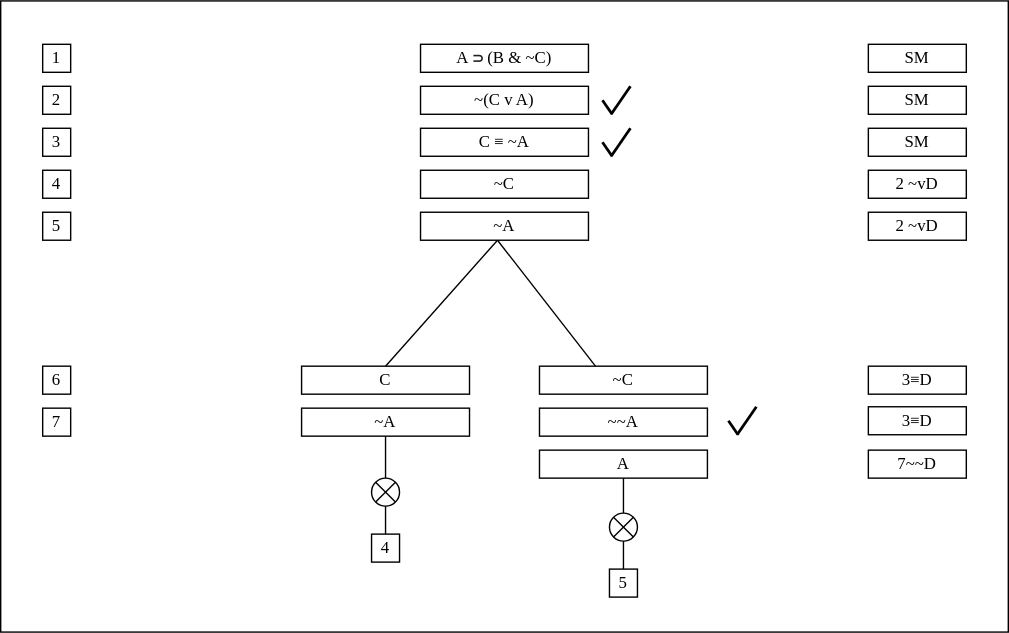
thomasabishop/logic-diagrams keeps this draw.io diagram as logical-falsity-tree.svg. Above is the earlier version. Source tidied: cells renumbered, new cells last; positions are measured from the earlier drawing's top-left corner, leaving out a move shared by most shapes.
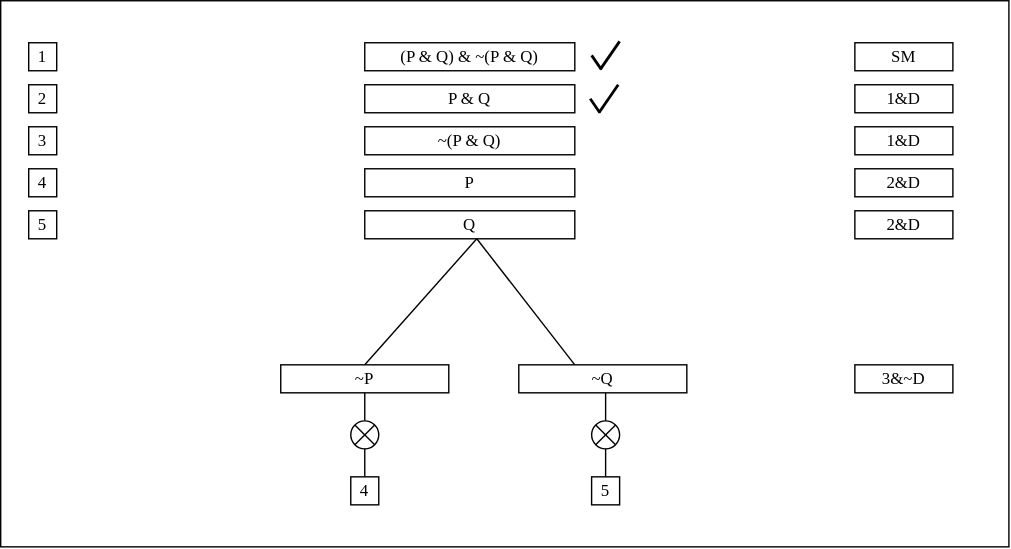
After the change.

The edit, as a diff of the source:
```diff
@@ -3,31 +3,25 @@
     <mxCell id="0" />
     <mxCell id="1" parent="0" />
     <mxCell id="2" style="rounded=0;whiteSpace=wrap;html=1;align=left;strokeColor=default;fontStyle=0;" parent="1" vertex="1">
-      <mxGeometry width="720" height="451" as="geometry" />
+      <mxGeometry x="10" y="1" width="720" height="390" as="geometry" />
     </mxCell>
     <mxCell id="3" style="endArrow=none;html=1;rounded=0;fontFamily=Lucida Console;fontStyle=0;" parent="1" edge="1">
       <mxGeometry relative="1" as="geometry">
-        <mxPoint x="275" y="261" as="sourcePoint" />
-        <mxPoint x="355" y="171" as="targetPoint" />
+        <mxPoint x="270" y="261" as="sourcePoint" />
+        <mxPoint x="350" y="171" as="targetPoint" />
       </mxGeometry>
     </mxCell>
     <mxCell id="4" style="endArrow=none;html=1;rounded=0;fontFamily=Lucida Console;fontStyle=0;" parent="1" edge="1">
       <mxGeometry relative="1" as="geometry">
-        <mxPoint x="355" y="171" as="sourcePoint" />
-        <mxPoint x="425" y="261" as="targetPoint" />
+        <mxPoint x="350" y="171" as="sourcePoint" />
+        <mxPoint x="420" y="261" as="targetPoint" />
       </mxGeometry>
     </mxCell>
-    <mxCell id="5" value="C" style="rounded=0;whiteSpace=wrap;html=1;fontFamily=Lucida Console;fontStyle=0;" parent="1" vertex="1">
-      <mxGeometry x="215" y="261" width="120" height="20" as="geometry" />
+    <mxCell id="5" value="~P" style="rounded=0;whiteSpace=wrap;html=1;fontFamily=Lucida Console;fontStyle=0;" parent="1" vertex="1">
+      <mxGeometry x="210" y="261" width="120" height="20" as="geometry" />
     </mxCell>
-    <mxCell id="6" value="7~~D" style="rounded=0;whiteSpace=wrap;html=1;fontFamily=Lucida Console;fontStyle=0;" parent="1" vertex="1">
-      <mxGeometry x="620" y="321" width="70" height="20" as="geometry" />
-    </mxCell>
-    <mxCell id="7" value="5" style="rounded=0;whiteSpace=wrap;html=1;fontFamily=Lucida Console;fontStyle=0;" parent="1" vertex="1">
-      <mxGeometry x="30" y="151" width="20" height="20" as="geometry" />
-    </mxCell>
-    <mxCell id="8" value="~C" style="rounded=0;whiteSpace=wrap;html=1;fontFamily=Lucida Console;fontStyle=0;" parent="1" vertex="1">
-      <mxGeometry x="385" y="261" width="120" height="20" as="geometry" />
+    <mxCell id="8" value="~Q" style="rounded=0;whiteSpace=wrap;html=1;fontFamily=Lucida Console;fontStyle=0;" parent="1" vertex="1">
+      <mxGeometry x="380" y="261" width="120" height="20" as="geometry" />
     </mxCell>
     <mxCell id="9" value="SM" style="rounded=0;whiteSpace=wrap;html=1;fontFamily=Lucida Console;fontStyle=0;" parent="1" vertex="1">
       <mxGeometry x="620" y="31" width="70" height="20" as="geometry" />
@@ -35,29 +29,29 @@
     <mxCell id="10" value="1" style="rounded=0;whiteSpace=wrap;html=1;fontFamily=Lucida Console;fontStyle=0;" parent="1" vertex="1">
       <mxGeometry x="30" y="31" width="20" height="20" as="geometry" />
     </mxCell>
-    <mxCell id="11" value="2 ~vD" style="rounded=0;whiteSpace=wrap;html=1;fontFamily=Lucida Console;fontStyle=0;" parent="1" vertex="1">
+    <mxCell id="11" value="2&amp;amp;D" style="rounded=0;whiteSpace=wrap;html=1;fontFamily=Lucida Console;fontStyle=0;" parent="1" vertex="1">
       <mxGeometry x="620" y="121" width="70" height="20" as="geometry" />
     </mxCell>
     <mxCell id="12" value="4" style="rounded=0;whiteSpace=wrap;html=1;fontFamily=Lucida Console;fontStyle=0;" parent="1" vertex="1">
       <mxGeometry x="30" y="121" width="20" height="20" as="geometry" />
     </mxCell>
-    <mxCell id="13" style="edgeStyle=orthogonalEdgeStyle;rounded=0;jettySize=auto;html=1;exitX=0.5;exitY=0;exitDx=0;exitDy=0;entryX=0.5;entryY=1;entryDx=0;entryDy=0;endArrow=none;endFill=0;" parent="1" edge="1" source="14" target="31">
-      <mxGeometry relative="1" as="geometry" />
-    </mxCell>
+    <mxCell id="47" style="edgeStyle=orthogonalEdgeStyle;rounded=0;jettySize=auto;html=1;exitX=0.5;exitY=0;exitDx=0;exitDy=0;entryX=0.5;entryY=1;entryDx=0;entryDy=0;endArrow=none;endFill=0;" parent="1" edge="1" source="14" target="5">
+      <mxGeometry relative="1" as="geometry" />
+    </mxCell>
     <mxCell id="14" style="shape=sumEllipse;perimeter=ellipsePerimeter;whiteSpace=wrap;html=1;backgroundOutline=1;fontFamily=Lucida Console;fontStyle=0;" parent="1" vertex="1">
-      <mxGeometry x="265" y="341" width="20" height="20" as="geometry" />
+      <mxGeometry x="260" y="301" width="20" height="20" as="geometry" />
     </mxCell>
-    <mxCell id="15" value="~(C v A)" style="rounded=0;whiteSpace=wrap;html=1;fontFamily=Lucida Console;fontStyle=0;" parent="1" vertex="1">
-      <mxGeometry x="300" y="61" width="120" height="20" as="geometry" />
+    <mxCell id="15" value="P &amp;amp; Q" style="rounded=0;whiteSpace=wrap;html=1;fontFamily=Lucida Console;fontStyle=0;" parent="1" vertex="1">
+      <mxGeometry x="270" y="61" width="150" height="20" as="geometry" />
     </mxCell>
-    <mxCell id="16" value="SM" style="rounded=0;whiteSpace=wrap;html=1;fontFamily=Lucida Console;fontStyle=0;" parent="1" vertex="1">
+    <mxCell id="16" value="1&amp;amp;D" style="rounded=0;whiteSpace=wrap;html=1;fontFamily=Lucida Console;fontStyle=0;" parent="1" vertex="1">
       <mxGeometry x="620" y="61" width="70" height="20" as="geometry" />
     </mxCell>
     <mxCell id="17" value="2" style="rounded=0;whiteSpace=wrap;html=1;fontFamily=Lucida Console;fontStyle=0;" parent="1" vertex="1">
       <mxGeometry x="30" y="61" width="20" height="20" as="geometry" />
     </mxCell>
     <mxCell id="18" style="group;fontStyle=0;" parent="1" vertex="1">
-      <mxGeometry x="430" y="61" width="20" height="20" as="geometry" />
+      <mxGeometry x="432" y="30" width="20" height="20" as="geometry" />
     </mxCell>
     <mxCell id="19" style="endArrow=none;html=1;rounded=0;strokeWidth=2;fontStyle=0;" parent="18" edge="1">
       <mxGeometry relative="1" as="geometry">
@@ -71,20 +65,20 @@
         <mxPoint x="6.9" y="20" as="targetPoint" />
       </mxGeometry>
     </mxCell>
-    <mxCell id="21" value="A &lt;b style=&quot;color: rgb(32 , 33 , 34) ; font-family: sans-serif ; background-color: rgb(255 , 255 , 255)&quot;&gt;&lt;font style=&quot;font-size: 10px&quot;&gt;⊃&lt;/font&gt;&lt;/b&gt; (B &amp;amp; ~C)" style="rounded=0;whiteSpace=wrap;html=1;fontFamily=Lucida Console;fontStyle=0;" parent="1" vertex="1">
-      <mxGeometry x="300" y="31" width="120" height="20" as="geometry" />
+    <mxCell id="21" value="(P &amp;amp; Q) &amp;amp; ~(P &amp;amp; Q)" style="rounded=0;whiteSpace=wrap;html=1;fontFamily=Lucida Console;fontStyle=0;" parent="1" vertex="1">
+      <mxGeometry x="270" y="31" width="150" height="20" as="geometry" />
     </mxCell>
-    <mxCell id="22" value="C ≡ ~A" style="rounded=0;whiteSpace=wrap;html=1;fontFamily=Lucida Console;fontStyle=0;" parent="1" vertex="1">
-      <mxGeometry x="300" y="91" width="120" height="20" as="geometry" />
+    <mxCell id="22" value="~(P &amp;amp; Q)" style="rounded=0;whiteSpace=wrap;html=1;fontFamily=Lucida Console;fontStyle=0;" parent="1" vertex="1">
+      <mxGeometry x="270" y="91" width="150" height="20" as="geometry" />
     </mxCell>
-    <mxCell id="23" value="SM" style="rounded=0;whiteSpace=wrap;html=1;fontFamily=Lucida Console;fontStyle=0;" parent="1" vertex="1">
+    <mxCell id="23" value="1&amp;amp;D" style="rounded=0;whiteSpace=wrap;html=1;fontFamily=Lucida Console;fontStyle=0;" parent="1" vertex="1">
       <mxGeometry x="620" y="91" width="70" height="20" as="geometry" />
     </mxCell>
     <mxCell id="24" value="3" style="rounded=0;whiteSpace=wrap;html=1;fontFamily=Lucida Console;fontStyle=0;" parent="1" vertex="1">
       <mxGeometry x="30" y="91" width="20" height="20" as="geometry" />
     </mxCell>
     <mxCell id="25" style="group;fontStyle=0;" parent="1" vertex="1">
-      <mxGeometry x="430" y="91" width="20" height="20" as="geometry" />
+      <mxGeometry x="431" y="61" width="20" height="20" as="geometry" />
     </mxCell>
     <mxCell id="26" style="endArrow=none;html=1;rounded=0;strokeWidth=2;fontStyle=0;" parent="25" edge="1">
       <mxGeometry relative="1" as="geometry">
@@ -98,68 +92,40 @@
         <mxPoint x="6.9" y="20" as="targetPoint" />
       </mxGeometry>
     </mxCell>
-    <mxCell id="28" value="~C" style="rounded=0;whiteSpace=wrap;html=1;fontFamily=Lucida Console;fontStyle=0;" parent="1" vertex="1">
-      <mxGeometry x="300" y="121" width="120" height="20" as="geometry" />
+    <mxCell id="28" value="P" style="rounded=0;whiteSpace=wrap;html=1;fontFamily=Lucida Console;fontStyle=0;" parent="1" vertex="1">
+      <mxGeometry x="270" y="121" width="150" height="20" as="geometry" />
     </mxCell>
-    <mxCell id="29" value="~A" style="rounded=0;whiteSpace=wrap;html=1;fontFamily=Lucida Console;fontStyle=0;" parent="1" vertex="1">
-      <mxGeometry x="300" y="151" width="120" height="20" as="geometry" />
-    </mxCell>
-    <mxCell id="30" value="~~A" style="rounded=0;whiteSpace=wrap;html=1;fontFamily=Lucida Console;fontStyle=0;" parent="1" vertex="1">
-      <mxGeometry x="385" y="291" width="120" height="20" as="geometry" />
-    </mxCell>
-    <mxCell id="31" value="~A" style="rounded=0;whiteSpace=wrap;html=1;fontFamily=Lucida Console;fontStyle=0;" parent="1" vertex="1">
-      <mxGeometry x="215" y="291" width="120" height="20" as="geometry" />
-    </mxCell>
     <mxCell id="32" style="edgeStyle=orthogonalEdgeStyle;rounded=0;jettySize=auto;html=1;exitX=0.5;exitY=0;exitDx=0;exitDy=0;entryX=0.5;entryY=1;entryDx=0;entryDy=0;endArrow=none;endFill=0;" parent="1" edge="1" source="33" target="14">
       <mxGeometry relative="1" as="geometry" />
     </mxCell>
     <mxCell id="33" value="4" style="rounded=0;whiteSpace=wrap;html=1;fontFamily=Lucida Console;fontStyle=0;" parent="1" vertex="1">
-      <mxGeometry x="265" y="381" width="20" height="20" as="geometry" />
+      <mxGeometry x="260" y="341" width="20" height="20" as="geometry" />
     </mxCell>
-    <mxCell id="34" value="6" style="rounded=0;whiteSpace=wrap;html=1;fontFamily=Lucida Console;fontStyle=0;" parent="1" vertex="1">
-      <mxGeometry x="30" y="261" width="20" height="20" as="geometry" />
-    </mxCell>
-    <mxCell id="35" value="7" style="rounded=0;whiteSpace=wrap;html=1;fontFamily=Lucida Console;fontStyle=0;" parent="1" vertex="1">
-      <mxGeometry x="30" y="291" width="20" height="20" as="geometry" />
-    </mxCell>
-    <mxCell id="36" value="A" style="rounded=0;whiteSpace=wrap;html=1;fontFamily=Lucida Console;fontStyle=0;" parent="1" vertex="1">
-      <mxGeometry x="385" y="321" width="120" height="20" as="geometry" />
-    </mxCell>
-    <mxCell id="37" style="edgeStyle=orthogonalEdgeStyle;rounded=0;jettySize=auto;html=1;exitX=0.5;exitY=0;exitDx=0;exitDy=0;entryX=0.5;entryY=1;entryDx=0;entryDy=0;endArrow=none;endFill=0;" parent="1" edge="1" source="38" target="36">
-      <mxGeometry relative="1" as="geometry" />
-    </mxCell>
-    <mxCell id="38" style="shape=sumEllipse;perimeter=ellipsePerimeter;whiteSpace=wrap;html=1;backgroundOutline=1;fontFamily=Lucida Console;fontStyle=0;" parent="1" vertex="1">
-      <mxGeometry x="435" y="366" width="20" height="20" as="geometry" />
-    </mxCell>
-    <mxCell id="39" style="edgeStyle=orthogonalEdgeStyle;rounded=0;jettySize=auto;html=1;exitX=0.5;exitY=0;exitDx=0;exitDy=0;entryX=0.5;entryY=1;entryDx=0;entryDy=0;endArrow=none;endFill=0;" parent="1" edge="1" source="40" target="38">
-      <mxGeometry relative="1" as="geometry" />
-    </mxCell>
+    <mxCell id="45" value="3&amp;amp;~D" style="rounded=0;whiteSpace=wrap;html=1;fontFamily=Lucida Console;fontStyle=0;" parent="1" vertex="1">
+      <mxGeometry x="620" y="261" width="70" height="20" as="geometry" />
+    </mxCell>
+    <mxCell id="48" value="2&amp;amp;D" style="rounded=0;whiteSpace=wrap;html=1;fontFamily=Lucida Console;fontStyle=0;" parent="1" vertex="1">
+      <mxGeometry x="620" y="151" width="70" height="20" as="geometry" />
+    </mxCell>
+    <mxCell id="7" value="5" style="rounded=0;whiteSpace=wrap;html=1;fontFamily=Lucida Console;fontStyle=0;" parent="1" vertex="1">
+      <mxGeometry x="30" y="151" width="20" height="20" as="geometry" />
+    </mxCell>
+    <mxCell id="49" value="Q" style="rounded=0;whiteSpace=wrap;html=1;fontFamily=Lucida Console;fontStyle=0;" parent="1" vertex="1">
+      <mxGeometry x="270" y="151" width="150" height="20" as="geometry" />
+    </mxCell>
+    <mxCell id="50" style="edgeStyle=orthogonalEdgeStyle;rounded=0;jettySize=auto;html=1;endArrow=none;endFill=0;" parent="1" edge="1" source="51">
+      <mxGeometry relative="1" as="geometry">
+        <mxPoint x="442" y="291" as="targetPoint" />
+      </mxGeometry>
+    </mxCell>
+    <mxCell id="51" style="shape=sumEllipse;perimeter=ellipsePerimeter;whiteSpace=wrap;html=1;backgroundOutline=1;fontFamily=Lucida Console;fontStyle=0;" parent="1" vertex="1">
+      <mxGeometry x="432" y="301" width="20" height="20" as="geometry" />
+    </mxCell>
+    <mxCell id="52" style="edgeStyle=orthogonalEdgeStyle;rounded=0;jettySize=auto;html=1;exitX=0.5;exitY=0;exitDx=0;exitDy=0;entryX=0.5;entryY=1;entryDx=0;entryDy=0;endArrow=none;endFill=0;" parent="1" edge="1" source="40" target="51">
+      <mxGeometry relative="1" as="geometry" />
+    </mxCell>
     <mxCell id="40" value="5" style="rounded=0;whiteSpace=wrap;html=1;fontFamily=Lucida Console;fontStyle=0;" parent="1" vertex="1">
-      <mxGeometry x="435" y="406" width="20" height="20" as="geometry" />
+      <mxGeometry x="432" y="341" width="20" height="20" as="geometry" />
     </mxCell>
-    <mxCell id="41" style="group;fontStyle=0;" parent="1" vertex="1">
-      <mxGeometry x="520" y="290" width="20" height="20" as="geometry" />
-    </mxCell>
-    <mxCell id="42" style="endArrow=none;html=1;rounded=0;strokeWidth=2;fontStyle=0;" parent="41" edge="1">
-      <mxGeometry relative="1" as="geometry">
-        <mxPoint x="6.2" y="20" as="sourcePoint" />
-        <mxPoint x="20" as="targetPoint" />
-      </mxGeometry>
-    </mxCell>
-    <mxCell id="43" style="endArrow=none;html=1;rounded=0;strokeWidth=2;fontStyle=0;" parent="41" edge="1">
-      <mxGeometry relative="1" as="geometry">
-        <mxPoint y="10" as="sourcePoint" />
-        <mxPoint x="6.9" y="20" as="targetPoint" />
-      </mxGeometry>
-    </mxCell>
-    <mxCell id="44" value="2 ~vD" style="rounded=0;whiteSpace=wrap;html=1;fontFamily=Lucida Console;fontStyle=0;" parent="1" vertex="1">
-      <mxGeometry x="620" y="151" width="70" height="20" as="geometry" />
-    </mxCell>
-    <mxCell id="45" value="3≡D" style="rounded=0;whiteSpace=wrap;html=1;fontFamily=Lucida Console;fontStyle=0;" parent="1" vertex="1">
-      <mxGeometry x="620" y="261" width="70" height="20" as="geometry" />
-    </mxCell>
-    <mxCell id="46" value="3≡D" style="rounded=0;whiteSpace=wrap;html=1;fontFamily=Lucida Console;fontStyle=0;" parent="1" vertex="1">
-      <mxGeometry x="620" y="290" width="70" height="20" as="geometry" />
-    </mxCell>
   </root>
 </mxGraphModel>
```
